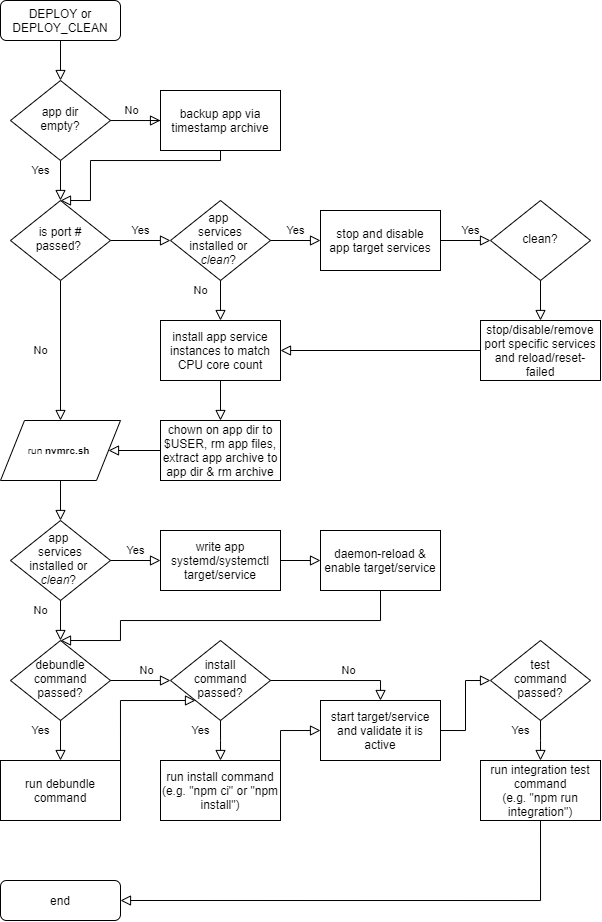
Earlier version of the draw.io export nodejs/img/deploy.png (ugate/repo). Source tidied: cells renumbered, new cells last; positions are measured from the earlier drawing's top-left corner, leaving out a move shared by most shapes.
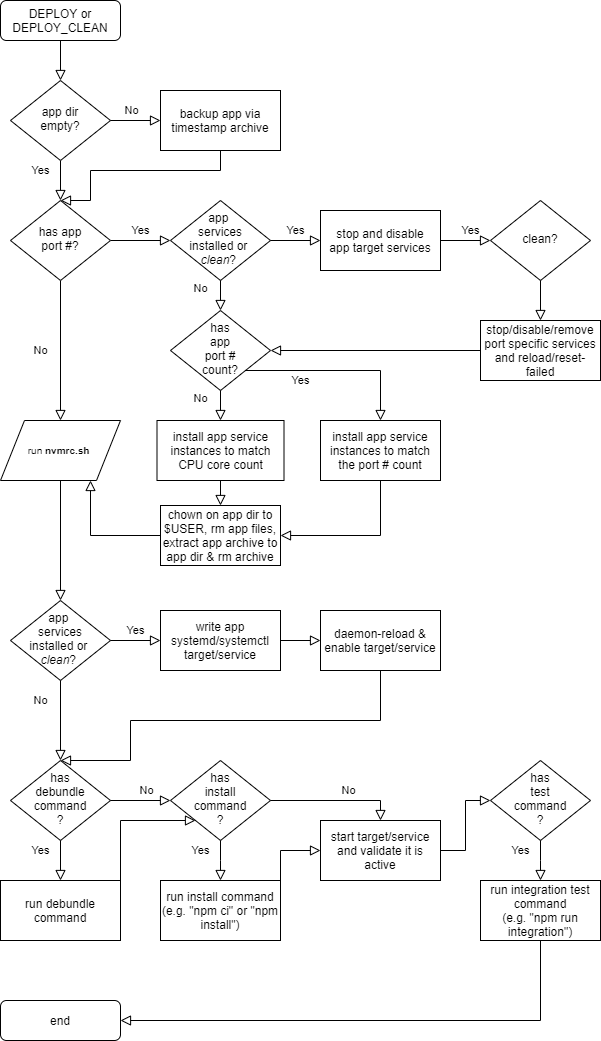
The same diagram one commit later.

The edit, as a diff of the source:
```diff
@@ -20,11 +20,11 @@
     <mxCell id="7" value="Yes" style="edgeStyle=orthogonalEdgeStyle;rounded=0;html=1;jettySize=auto;fontSize=11;endArrow=block;endFill=0;endSize=8;strokeWidth=1;shadow=0;labelBackgroundColor=none;entryX=0;entryY=0.5;entryDx=0;entryDy=0;" parent="1" edge="1" source="8" target="14">
       <mxGeometry y="10" relative="1" as="geometry" />
     </mxCell>
-    <mxCell id="8" value="is port #&lt;br&gt;passed?&amp;nbsp;" style="rhombus;whiteSpace=wrap;html=1;shadow=0;fontFamily=Helvetica;fontSize=12;align=center;strokeWidth=1;spacing=6;spacingTop=-4;" parent="1" vertex="1">
+    <mxCell id="8" value="has app&lt;br&gt;port #?" style="rhombus;whiteSpace=wrap;html=1;shadow=0;fontFamily=Helvetica;fontSize=12;align=center;strokeWidth=1;spacing=6;spacingTop=-4;" parent="1" vertex="1">
       <mxGeometry x="10" y="200" width="100" height="80" as="geometry" />
     </mxCell>
     <mxCell id="9" value="end" style="rounded=1;whiteSpace=wrap;html=1;fontSize=12;glass=0;strokeWidth=1;shadow=0;" parent="1" vertex="1">
-      <mxGeometry y="880" width="120" height="40" as="geometry" />
+      <mxGeometry y="1000" width="120" height="40" as="geometry" />
     </mxCell>
     <mxCell id="10" value="backup app via timestamp archive" style="rounded=0;whiteSpace=wrap;html=1;" parent="1" vertex="1">
       <mxGeometry x="160" y="90" width="120" height="60" as="geometry" />
@@ -41,8 +41,8 @@
       <mxGeometry x="-0.05" y="-10" relative="1" as="geometry">
         <mxPoint x="60" y="200" as="targetPoint" />
         <Array as="points">
-          <mxPoint x="220" y="160" />
-          <mxPoint x="90" y="160" />
+          <mxPoint x="220" y="170" />
+          <mxPoint x="90" y="170" />
           <mxPoint x="90" y="200" />
         </Array>
       </mxGeometry>
@@ -57,9 +57,9 @@
       <mxGeometry y="10" relative="1" as="geometry" />
     </mxCell>
     <mxCell id="16" value="install app service instances to match CPU core count" style="rounded=0;whiteSpace=wrap;html=1;" parent="1" vertex="1">
-      <mxGeometry x="160" y="320" width="120" height="60" as="geometry" />
+      <mxGeometry x="156.5" y="420" width="127" height="60" as="geometry" />
     </mxCell>
-    <mxCell id="17" value="No" style="edgeStyle=orthogonalEdgeStyle;rounded=0;html=1;jettySize=auto;fontSize=11;endArrow=block;endFill=0;endSize=8;strokeWidth=1;shadow=0;labelBackgroundColor=none;entryX=0.5;entryY=0;entryDx=0;entryDy=0;exitX=0.5;exitY=1;exitDx=0;exitDy=0;" parent="1" edge="1" source="14" target="16">
+    <mxCell id="17" value="No" style="edgeStyle=orthogonalEdgeStyle;rounded=0;html=1;jettySize=auto;fontSize=11;endArrow=block;endFill=0;endSize=8;strokeWidth=1;shadow=0;labelBackgroundColor=none;entryX=0.5;entryY=0;entryDx=0;entryDy=0;exitX=0.5;exitY=1;exitDx=0;exitDy=0;" parent="1" edge="1" source="14" target="51">
       <mxGeometry x="-0.5" y="-20" relative="1" as="geometry" />
     </mxCell>
     <mxCell id="18" value="Yes" style="edgeStyle=orthogonalEdgeStyle;rounded=0;html=1;jettySize=auto;fontSize=11;endArrow=block;endFill=0;endSize=8;strokeWidth=1;shadow=0;labelBackgroundColor=none;entryX=0;entryY=0.5;entryDx=0;entryDy=0;exitX=1;exitY=0.5;exitDx=0;exitDy=0;" parent="1" edge="1" source="13" target="20">
@@ -74,23 +74,23 @@
     <mxCell id="21" value="Yes" style="edgeStyle=orthogonalEdgeStyle;rounded=0;html=1;jettySize=auto;fontSize=11;endArrow=block;endFill=0;endSize=8;strokeWidth=1;shadow=0;labelBackgroundColor=none;exitX=0.5;exitY=1;exitDx=0;exitDy=0;textOpacity=0;" parent="1" edge="1" source="20" target="19">
       <mxGeometry x="-0.5" y="-20" relative="1" as="geometry" />
     </mxCell>
-    <mxCell id="22" value="Yes" style="edgeStyle=orthogonalEdgeStyle;rounded=0;html=1;jettySize=auto;fontSize=11;endArrow=block;endFill=0;endSize=8;strokeWidth=1;shadow=0;labelBackgroundColor=none;exitX=0;exitY=0.5;exitDx=0;exitDy=0;textOpacity=0;entryX=1;entryY=0.5;entryDx=0;entryDy=0;" parent="1" edge="1" source="19" target="16">
+    <mxCell id="22" value="Yes" style="edgeStyle=orthogonalEdgeStyle;rounded=0;html=1;jettySize=auto;fontSize=11;endArrow=block;endFill=0;endSize=8;strokeWidth=1;shadow=0;labelBackgroundColor=none;exitX=0;exitY=0.5;exitDx=0;exitDy=0;textOpacity=0;entryX=1;entryY=0.5;entryDx=0;entryDy=0;" parent="1" edge="1" source="19" target="51">
       <mxGeometry x="-0.5" y="-20" relative="1" as="geometry" />
     </mxCell>
     <mxCell id="23" value="Yes" style="edgeStyle=orthogonalEdgeStyle;rounded=0;html=1;jettySize=auto;fontSize=11;endArrow=block;endFill=0;endSize=8;strokeWidth=1;shadow=0;labelBackgroundColor=none;textOpacity=0;exitX=0.5;exitY=1;exitDx=0;exitDy=0;entryX=0.5;entryY=0;entryDx=0;entryDy=0;" parent="1" edge="1" source="16" target="24">
       <mxGeometry x="-0.5" y="-20" relative="1" as="geometry" />
     </mxCell>
     <mxCell id="24" value="chown on app dir to $USER, rm app files, extract app archive to app dir &amp;amp; rm archive" style="rounded=0;whiteSpace=wrap;html=1;" parent="1" vertex="1">
-      <mxGeometry x="160" y="420" width="120" height="60" as="geometry" />
+      <mxGeometry x="160" y="505" width="120" height="60" as="geometry" />
     </mxCell>
     <mxCell id="25" value="run &lt;b&gt;nvmrc.sh &lt;br&gt;&lt;/b&gt;" style="shape=parallelogram;perimeter=parallelogramPerimeter;whiteSpace=wrap;html=1;fontSize=10;" parent="1" vertex="1">
       <mxGeometry y="420" width="120" height="60" as="geometry" />
     </mxCell>
-    <mxCell id="26" value="Yes" style="edgeStyle=orthogonalEdgeStyle;rounded=0;html=1;jettySize=auto;fontSize=11;endArrow=block;endFill=0;endSize=8;strokeWidth=1;shadow=0;labelBackgroundColor=none;textOpacity=0;exitX=0;exitY=0.5;exitDx=0;exitDy=0;entryX=1;entryY=0.5;entryDx=0;entryDy=0;" parent="1" edge="1" source="24" target="25">
+    <mxCell id="26" value="Yes" style="edgeStyle=orthogonalEdgeStyle;rounded=0;html=1;jettySize=auto;fontSize=11;endArrow=block;endFill=0;endSize=8;strokeWidth=1;shadow=0;labelBackgroundColor=none;textOpacity=0;exitX=0;exitY=0.5;exitDx=0;exitDy=0;entryX=0.75;entryY=1;entryDx=0;entryDy=0;" parent="1" edge="1" source="24" target="25">
       <mxGeometry x="-0.5" y="-20" relative="1" as="geometry" />
     </mxCell>
     <mxCell id="27" value="app &lt;br&gt;services installed or &lt;br&gt;&lt;i&gt;clean&lt;/i&gt;?&amp;nbsp;" style="rhombus;whiteSpace=wrap;html=1;shadow=0;fontFamily=Helvetica;fontSize=12;align=center;strokeWidth=1;spacing=6;spacingTop=-4;" parent="1" vertex="1">
-      <mxGeometry x="10" y="520" width="100" height="80" as="geometry" />
+      <mxGeometry x="10" y="600" width="100" height="80" as="geometry" />
     </mxCell>
     <mxCell id="28" value="No" style="rounded=0;html=1;jettySize=auto;fontSize=11;endArrow=block;endFill=0;endSize=8;strokeWidth=1;shadow=0;labelBackgroundColor=none;edgeStyle=orthogonalEdgeStyle;entryX=0.5;entryY=0;entryDx=0;entryDy=0;exitX=0.5;exitY=1;exitDx=0;exitDy=0;textOpacity=0;" parent="1" edge="1" source="25" target="27">
       <mxGeometry y="-20" relative="1" as="geometry" />
@@ -99,16 +99,16 @@
       <mxGeometry y="10" relative="1" as="geometry" />
     </mxCell>
     <mxCell id="30" value="write app systemd/systemctl target/service" style="rounded=0;whiteSpace=wrap;html=1;" parent="1" vertex="1">
-      <mxGeometry x="160" y="530" width="120" height="60" as="geometry" />
+      <mxGeometry x="160" y="610" width="120" height="60" as="geometry" />
     </mxCell>
     <mxCell id="31" value="daemon-reload &amp;amp; enable target/service" style="rounded=0;whiteSpace=wrap;html=1;" parent="1" vertex="1">
-      <mxGeometry x="320" y="530" width="120" height="60" as="geometry" />
+      <mxGeometry x="320" y="610" width="120" height="60" as="geometry" />
     </mxCell>
     <mxCell id="32" value="Yes" style="edgeStyle=orthogonalEdgeStyle;rounded=0;html=1;jettySize=auto;fontSize=11;endArrow=block;endFill=0;endSize=8;strokeWidth=1;shadow=0;labelBackgroundColor=none;entryX=0;entryY=0.5;entryDx=0;entryDy=0;exitX=1;exitY=0.5;exitDx=0;exitDy=0;textOpacity=0;" parent="1" edge="1" source="30" target="31">
       <mxGeometry y="10" relative="1" as="geometry" />
     </mxCell>
-    <mxCell id="33" value="debundle&lt;br&gt;command passed?" style="rhombus;whiteSpace=wrap;html=1;shadow=0;fontFamily=Helvetica;fontSize=12;align=center;strokeWidth=1;spacing=6;spacingTop=-4;" parent="1" vertex="1">
-      <mxGeometry x="10" y="640" width="100" height="80" as="geometry" />
+    <mxCell id="33" value="has&lt;br&gt;debundle&lt;br&gt;command&lt;br&gt;?" style="rhombus;whiteSpace=wrap;html=1;shadow=0;fontFamily=Helvetica;fontSize=12;align=center;strokeWidth=1;spacing=6;spacingTop=-4;" parent="1" vertex="1">
+      <mxGeometry x="10" y="760" width="100" height="80" as="geometry" />
     </mxCell>
     <mxCell id="34" value="No" style="rounded=0;html=1;jettySize=auto;fontSize=11;endArrow=block;endFill=0;endSize=8;strokeWidth=1;shadow=0;labelBackgroundColor=none;edgeStyle=orthogonalEdgeStyle;entryX=0.5;entryY=0;entryDx=0;entryDy=0;exitX=0.5;exitY=1;exitDx=0;exitDy=0;" parent="1" edge="1" source="27" target="33">
       <mxGeometry x="-0.5" y="-20" relative="1" as="geometry" />
@@ -116,37 +116,38 @@
     <mxCell id="35" value="Yes" style="edgeStyle=orthogonalEdgeStyle;rounded=0;html=1;jettySize=auto;fontSize=11;endArrow=block;endFill=0;endSize=8;strokeWidth=1;shadow=0;labelBackgroundColor=none;exitX=0.5;exitY=1;exitDx=0;exitDy=0;textOpacity=0;entryX=0.5;entryY=0;entryDx=0;entryDy=0;" parent="1" edge="1" source="31" target="33">
       <mxGeometry x="-0.5" y="-20" relative="1" as="geometry">
         <Array as="points">
-          <mxPoint x="380" y="620" />
-          <mxPoint x="120" y="620" />
-          <mxPoint x="120" y="640" />
+          <mxPoint x="380" y="670" />
+          <mxPoint x="380" y="720" />
+          <mxPoint x="130" y="720" />
+          <mxPoint x="130" y="760" />
         </Array>
       </mxGeometry>
     </mxCell>
     <mxCell id="36" value="run debundle command" style="rounded=0;whiteSpace=wrap;html=1;" parent="1" vertex="1">
-      <mxGeometry y="760" width="120" height="60" as="geometry" />
+      <mxGeometry y="880" width="120" height="60" as="geometry" />
     </mxCell>
     <mxCell id="37" value="Yes" style="edgeStyle=orthogonalEdgeStyle;rounded=0;html=1;jettySize=auto;fontSize=11;endArrow=block;endFill=0;endSize=8;strokeWidth=1;shadow=0;labelBackgroundColor=none;exitX=0.5;exitY=1;exitDx=0;exitDy=0;entryX=0.5;entryY=0;entryDx=0;entryDy=0;" parent="1" edge="1" source="33" target="36">
       <mxGeometry x="-0.5" y="-20" relative="1" as="geometry" />
     </mxCell>
-    <mxCell id="38" value="install&lt;br&gt;command passed?" style="rhombus;whiteSpace=wrap;html=1;shadow=0;fontFamily=Helvetica;fontSize=12;align=center;strokeWidth=1;spacing=6;spacingTop=-4;" parent="1" vertex="1">
-      <mxGeometry x="170" y="640" width="100" height="80" as="geometry" />
+    <mxCell id="38" value="has&lt;br&gt;install&lt;br&gt;command&lt;br&gt;?" style="rhombus;whiteSpace=wrap;html=1;shadow=0;fontFamily=Helvetica;fontSize=12;align=center;strokeWidth=1;spacing=6;spacingTop=-4;" parent="1" vertex="1">
+      <mxGeometry x="170" y="760" width="100" height="80" as="geometry" />
     </mxCell>
     <mxCell id="39" value="No" style="rounded=0;html=1;jettySize=auto;fontSize=11;endArrow=block;endFill=0;endSize=8;strokeWidth=1;shadow=0;labelBackgroundColor=none;edgeStyle=orthogonalEdgeStyle;entryX=0;entryY=0.5;entryDx=0;entryDy=0;exitX=1;exitY=0.5;exitDx=0;exitDy=0;" parent="1" edge="1" source="33" target="38">
       <mxGeometry x="0.2" y="10" relative="1" as="geometry" />
     </mxCell>
     <mxCell id="40" value="run install command&lt;br&gt;(e.g. &quot;npm ci&quot; or &quot;npm install&quot;)" style="rounded=0;whiteSpace=wrap;html=1;" parent="1" vertex="1">
-      <mxGeometry x="160" y="760" width="120" height="60" as="geometry" />
+      <mxGeometry x="160" y="880" width="120" height="60" as="geometry" />
     </mxCell>
     <mxCell id="41" value="Yes" style="edgeStyle=orthogonalEdgeStyle;rounded=0;html=1;jettySize=auto;fontSize=11;endArrow=block;endFill=0;endSize=8;strokeWidth=1;shadow=0;labelBackgroundColor=none;exitX=0.5;exitY=1;exitDx=0;exitDy=0;entryX=0.5;entryY=0;entryDx=0;entryDy=0;" parent="1" edge="1" source="38" target="40">
       <mxGeometry x="-0.5" y="-20" relative="1" as="geometry">
         <Array as="points">
-          <mxPoint x="220" y="740" />
-          <mxPoint x="220" y="740" />
+          <mxPoint x="220" y="860" />
+          <mxPoint x="220" y="860" />
         </Array>
       </mxGeometry>
     </mxCell>
-    <mxCell id="42" value="test&lt;br&gt;command passed?" style="rhombus;whiteSpace=wrap;html=1;shadow=0;fontFamily=Helvetica;fontSize=12;align=center;strokeWidth=1;spacing=6;spacingTop=-4;" parent="1" vertex="1">
-      <mxGeometry x="490" y="640" width="100" height="80" as="geometry" />
+    <mxCell id="42" value="has&lt;br&gt;test&lt;br&gt;command&lt;br&gt;?" style="rhombus;whiteSpace=wrap;html=1;shadow=0;fontFamily=Helvetica;fontSize=12;align=center;strokeWidth=1;spacing=6;spacingTop=-4;" parent="1" vertex="1">
+      <mxGeometry x="490" y="760" width="100" height="80" as="geometry" />
     </mxCell>
     <mxCell id="43" value="No" style="rounded=0;html=1;jettySize=auto;fontSize=11;endArrow=block;endFill=0;endSize=8;strokeWidth=1;shadow=0;labelBackgroundColor=none;edgeStyle=orthogonalEdgeStyle;entryX=0.5;entryY=0;entryDx=0;entryDy=0;exitX=1;exitY=0.5;exitDx=0;exitDy=0;" parent="1" edge="1" source="38" target="48">
       <mxGeometry x="0.2" y="10" relative="1" as="geometry" />
@@ -154,30 +155,30 @@
     <mxCell id="44" value="Yes" style="edgeStyle=orthogonalEdgeStyle;rounded=0;html=1;jettySize=auto;fontSize=11;endArrow=block;endFill=0;endSize=8;strokeWidth=1;shadow=0;labelBackgroundColor=none;exitX=1;exitY=0;exitDx=0;exitDy=0;textOpacity=0;entryX=0;entryY=1;entryDx=0;entryDy=0;" parent="1" edge="1" source="36" target="38">
       <mxGeometry x="-0.5" y="-20" relative="1" as="geometry">
         <Array as="points">
-          <mxPoint x="120" y="700" />
+          <mxPoint x="120" y="820" />
         </Array>
       </mxGeometry>
     </mxCell>
     <mxCell id="45" value="Yes" style="edgeStyle=orthogonalEdgeStyle;rounded=0;html=1;jettySize=auto;fontSize=11;endArrow=block;endFill=0;endSize=8;strokeWidth=1;shadow=0;labelBackgroundColor=none;exitX=1;exitY=0;exitDx=0;exitDy=0;textOpacity=0;entryX=0;entryY=0.5;entryDx=0;entryDy=0;" parent="1" edge="1" source="40" target="48">
       <mxGeometry x="-0.5" y="-20" relative="1" as="geometry">
         <Array as="points">
-          <mxPoint x="280" y="730" />
+          <mxPoint x="280" y="850" />
         </Array>
       </mxGeometry>
     </mxCell>
     <mxCell id="46" value="run integration test command&lt;br&gt;(e.g. &quot;npm run integration&quot;)" style="rounded=0;whiteSpace=wrap;html=1;" parent="1" vertex="1">
-      <mxGeometry x="480" y="760" width="120" height="60" as="geometry" />
+      <mxGeometry x="480" y="880" width="120" height="60" as="geometry" />
     </mxCell>
     <mxCell id="47" value="Yes" style="edgeStyle=orthogonalEdgeStyle;rounded=0;html=1;jettySize=auto;fontSize=11;endArrow=block;endFill=0;endSize=8;strokeWidth=1;shadow=0;labelBackgroundColor=none;exitX=0.5;exitY=1;exitDx=0;exitDy=0;entryX=0.5;entryY=0;entryDx=0;entryDy=0;" parent="1" edge="1" source="42" target="46">
       <mxGeometry x="-0.5" y="-20" relative="1" as="geometry">
         <Array as="points">
-          <mxPoint x="540" y="740" />
-          <mxPoint x="540" y="740" />
+          <mxPoint x="540" y="860" />
+          <mxPoint x="540" y="860" />
         </Array>
       </mxGeometry>
     </mxCell>
     <mxCell id="48" value="start target/service and validate it is active" style="rounded=0;whiteSpace=wrap;html=1;" parent="1" vertex="1">
-      <mxGeometry x="320" y="700" width="120" height="60" as="geometry" />
+      <mxGeometry x="320" y="820" width="120" height="60" as="geometry" />
     </mxCell>
     <mxCell id="49" value="Yes" style="edgeStyle=orthogonalEdgeStyle;rounded=0;html=1;jettySize=auto;fontSize=11;endArrow=block;endFill=0;endSize=8;strokeWidth=1;shadow=0;labelBackgroundColor=none;entryX=0;entryY=0.5;entryDx=0;entryDy=0;exitX=1;exitY=0.5;exitDx=0;exitDy=0;textOpacity=0;" parent="1" edge="1" source="48" target="42">
       <mxGeometry y="10" relative="1" as="geometry" />
@@ -185,9 +186,37 @@
     <mxCell id="50" value="Yes" style="edgeStyle=orthogonalEdgeStyle;rounded=0;html=1;jettySize=auto;fontSize=11;endArrow=block;endFill=0;endSize=8;strokeWidth=1;shadow=0;labelBackgroundColor=none;exitX=0.5;exitY=1;exitDx=0;exitDy=0;textOpacity=0;entryX=1;entryY=0.5;entryDx=0;entryDy=0;" parent="1" edge="1" source="46" target="9">
       <mxGeometry x="-0.5" y="-20" relative="1" as="geometry">
         <Array as="points">
-          <mxPoint x="540" y="900" />
+          <mxPoint x="540" y="1020" />
         </Array>
       </mxGeometry>
     </mxCell>
+    <mxCell id="51" value="has&lt;br&gt;app&lt;br&gt;port #&lt;br&gt;count?" style="rhombus;whiteSpace=wrap;html=1;shadow=0;fontFamily=Helvetica;fontSize=12;align=center;strokeWidth=1;spacing=6;spacingTop=-4;" parent="1" vertex="1">
+      <mxGeometry x="170" y="310" width="100" height="80" as="geometry" />
+    </mxCell>
+    <mxCell id="52" value="install app service instances to match the port # count" style="rounded=0;whiteSpace=wrap;html=1;" parent="1" vertex="1">
+      <mxGeometry x="320" y="420" width="120" height="60" as="geometry" />
+    </mxCell>
+    <mxCell id="53" value="No" style="edgeStyle=orthogonalEdgeStyle;rounded=0;html=1;jettySize=auto;fontSize=11;endArrow=block;endFill=0;endSize=8;strokeWidth=1;shadow=0;labelBackgroundColor=none;exitX=0.5;exitY=1;exitDx=0;exitDy=0;entryX=0.5;entryY=0;entryDx=0;entryDy=0;" parent="1" edge="1" source="51" target="16">
+      <mxGeometry x="-0.5" y="-20" relative="1" as="geometry">
+        <Array as="points">
+          <mxPoint x="220" y="410" />
+          <mxPoint x="220" y="410" />
+        </Array>
+      </mxGeometry>
+    </mxCell>
+    <mxCell id="54" value="Yes" style="edgeStyle=orthogonalEdgeStyle;rounded=0;html=1;jettySize=auto;fontSize=11;endArrow=block;endFill=0;endSize=8;strokeWidth=1;shadow=0;labelBackgroundColor=none;entryX=0.5;entryY=0;entryDx=0;entryDy=0;exitX=1;exitY=1;exitDx=0;exitDy=0;" parent="1" edge="1" source="51" target="52">
+      <mxGeometry x="0.57" y="-80" relative="1" as="geometry">
+        <Array as="points">
+          <mxPoint x="380" y="370" />
+        </Array>
+      </mxGeometry>
+    </mxCell>
+    <mxCell id="55" value="Yes" style="edgeStyle=orthogonalEdgeStyle;rounded=0;html=1;jettySize=auto;fontSize=11;endArrow=block;endFill=0;endSize=8;strokeWidth=1;shadow=0;labelBackgroundColor=none;textOpacity=0;exitX=0.5;exitY=1;exitDx=0;exitDy=0;entryX=1;entryY=0.5;entryDx=0;entryDy=0;" parent="1" edge="1" source="52" target="24">
+      <mxGeometry x="-0.5" y="-20" relative="1" as="geometry">
+        <Array as="points">
+          <mxPoint x="380" y="535" />
+        </Array>
+      </mxGeometry>
+    </mxCell>
   </root>
 </mxGraphModel>
```
